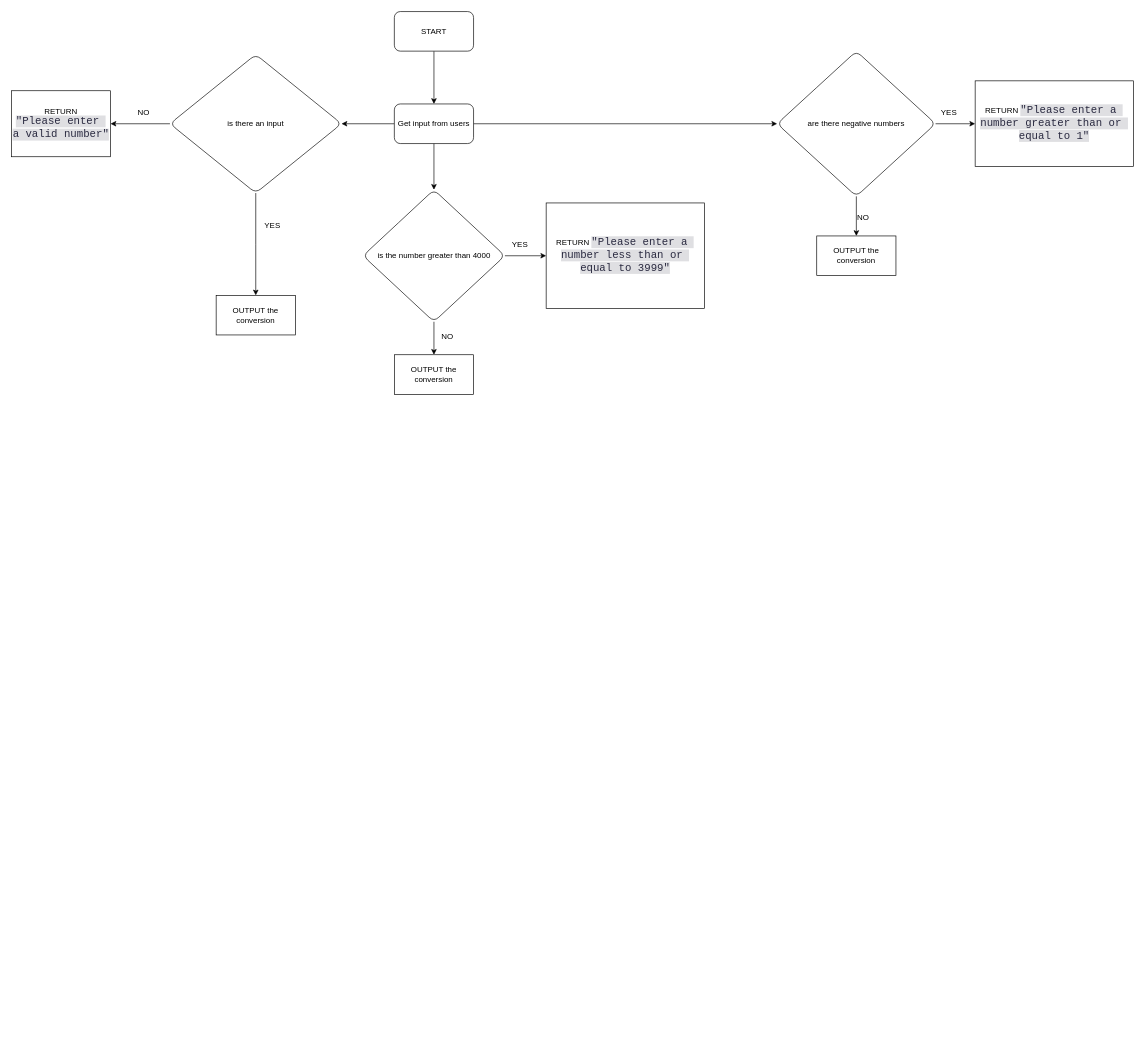
The draw.io diagram page "Page-1" (1 of 2) of RomanNumeral_Conveter.drawio in engineeredu/janice.github.io, before the edit. Source tidied: cells renumbered, new cells numbered last; positions are measured from the earlier drawing's top-left corner, leaving out a move shared by most shapes. Both pictures are drawn from the tidied source at 66%, with x=0, y=0 at pixel (11, 11).
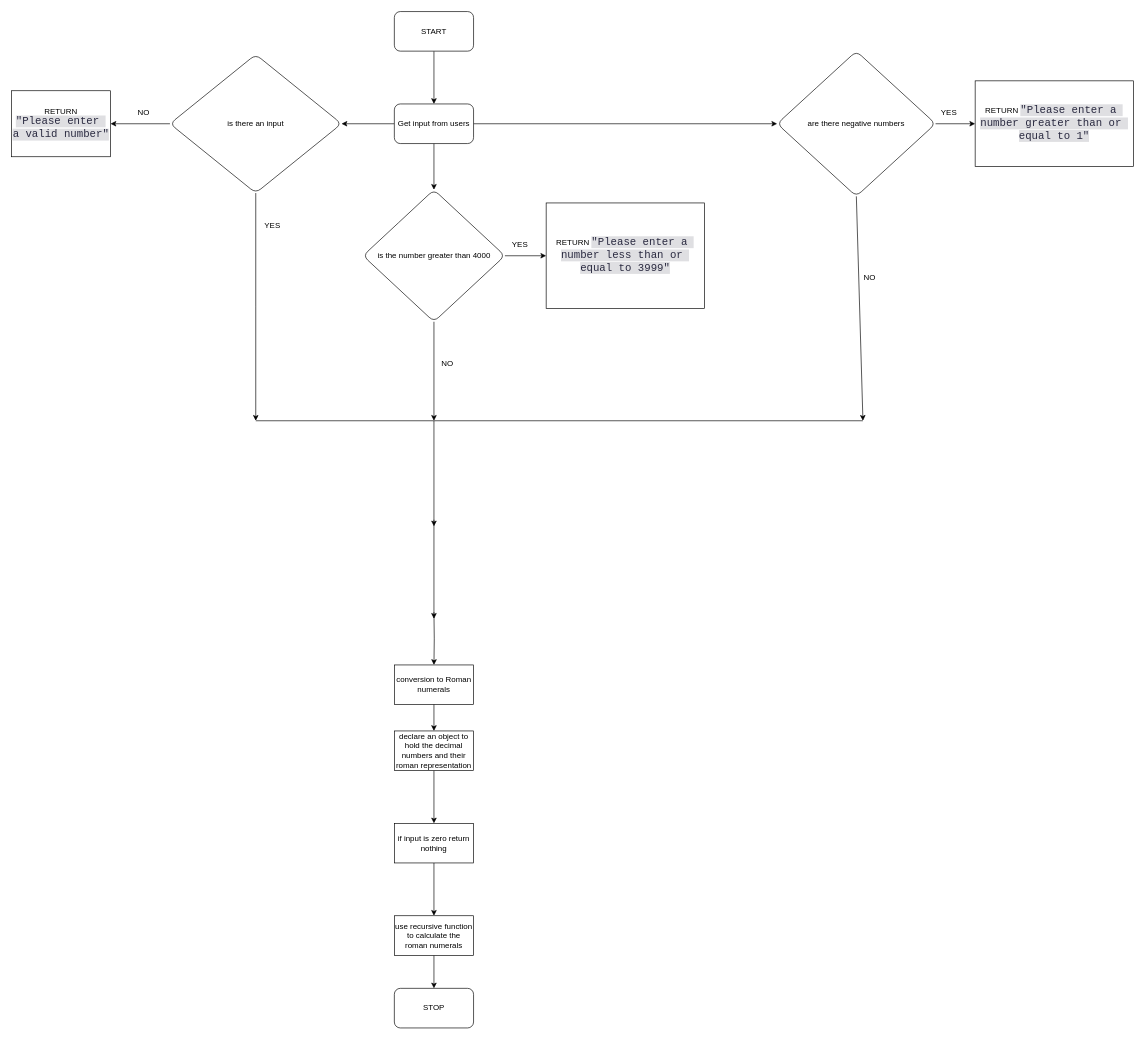
After the change.

Unchanged cells that the change refers to:
```xml
<mxCell id="8" value="is the number greater than 4000" style="rhombus;whiteSpace=wrap;html=1;rounded=1;" parent="1" vertex="1">
  <mxGeometry x="532.5" y="270" width="215" height="200" as="geometry" />
</mxCell>
<mxCell id="9" value="are there negative numbers" style="rhombus;whiteSpace=wrap;html=1;rounded=1;" parent="1" vertex="1">
  <mxGeometry x="1160" y="60" width="240" height="220" as="geometry" />
</mxCell>
<mxCell id="11" value="is there an input" style="rhombus;whiteSpace=wrap;html=1;rounded=1;" parent="1" vertex="1">
  <mxGeometry x="240" y="65" width="260" height="210" as="geometry" />
</mxCell>
```

Diff of the diagram source:
```diff
@@
     <mxCell id="10" style="edgeStyle=orthogonalEdgeStyle;rounded=0;jettySize=auto;html=1;" parent="1" edge="1" source="11">
       <mxGeometry relative="1" as="geometry">
-        <mxPoint x="370" y="430" as="targetPoint" />
+        <mxPoint x="370" y="620" as="targetPoint" />
       </mxGeometry>
     </mxCell>
@@
-    <mxCell id="12" value="OUTPUT the conversion" style="rounded=0;whiteSpace=wrap;html=1;" parent="1" vertex="1">
-      <mxGeometry x="310" y="430" width="120" height="60" as="geometry" />
-    </mxCell>
@@
     <mxCell id="15" style="endArrow=classic;html=1;rounded=0;exitX=0.5;exitY=1;exitDx=0;exitDy=0;" parent="1" edge="1" source="8">
       <mxGeometry relative="1" as="geometry">
-        <mxPoint x="640" y="520" as="targetPoint" />
+        <mxPoint x="640" y="620" as="targetPoint" />
       </mxGeometry>
     </mxCell>
-    <mxCell id="16" value="OUTPUT the conversion" style="rounded=0;whiteSpace=wrap;html=1;" parent="1" vertex="1">
-      <mxGeometry x="580" y="520" width="120" height="60" as="geometry" />
-    </mxCell>
@@
     <mxCell id="19" style="endArrow=classic;html=1;rounded=0;exitX=0.5;exitY=1;exitDx=0;exitDy=0;" parent="1" edge="1" source="9">
       <mxGeometry relative="1" as="geometry">
-        <mxPoint x="1280" y="340" as="targetPoint" />
+        <mxPoint x="1290" y="620" as="targetPoint" />
       </mxGeometry>
     </mxCell>
@@
-    <mxCell id="21" value="OUTPUT the conversion" style="rounded=0;whiteSpace=wrap;html=1;" parent="1" vertex="1">
-      <mxGeometry x="1220" y="340" width="120" height="60" as="geometry" />
-    </mxCell>
@@
-    <mxCell id="25" value="NO" style="text;html=1;align=center;verticalAlign=middle;strokeColor=none;fillColor=none;" parent="1" vertex="1">
-      <mxGeometry x="640" y="478" width="40" height="30" as="geometry" />
-    </mxCell>
@@
-    <mxCell id="28" value="NO" style="text;html=1;align=center;verticalAlign=middle;strokeColor=none;fillColor=none;" parent="1" vertex="1">
-      <mxGeometry x="1270" y="298" width="40" height="30" as="geometry" />
-    </mxCell>
+    <mxCell id="29" style="endArrow=none;html=1;rounded=0;" parent="1" edge="1">
+      <mxGeometry relative="1" as="geometry">
+        <mxPoint x="370" y="620" as="sourcePoint" />
+        <mxPoint x="1290" y="620" as="targetPoint" />
+      </mxGeometry>
+    </mxCell>
+    <mxCell id="30" style="endArrow=classic;html=1;rounded=0;" parent="1" edge="1">
+      <mxGeometry relative="1" as="geometry">
+        <mxPoint x="640" y="620" as="sourcePoint" />
+        <mxPoint x="640" y="780" as="targetPoint" />
+      </mxGeometry>
+    </mxCell>
+    <mxCell id="31" style="edgeStyle=orthogonalEdgeStyle;rounded=0;orthogonalLoop=1;jettySize=auto;html=1;" parent="1" edge="1">
+      <mxGeometry relative="1" as="geometry">
+        <mxPoint x="640" y="770" as="sourcePoint" />
+        <mxPoint x="640" y="920" as="targetPoint" />
+      </mxGeometry>
+    </mxCell>
+    <mxCell id="32" style="edgeStyle=orthogonalEdgeStyle;rounded=0;jettySize=auto;html=1;" parent="1" edge="1" target="33">
+      <mxGeometry relative="1" as="geometry">
+        <mxPoint x="640" y="910" as="sourcePoint" />
+      </mxGeometry>
+    </mxCell>
+    <mxCell id="33" value="conversion to Roman numerals" style="rounded=0;whiteSpace=wrap;html=1;" parent="1" vertex="1">
+      <mxGeometry x="580" y="990" width="120" height="60" as="geometry" />
+    </mxCell>
+    <mxCell id="34" style="endArrow=classic;html=1;rounded=0;exitX=0.5;exitY=1;exitDx=0;exitDy=0;" parent="1" edge="1" source="33">
+      <mxGeometry relative="1" as="geometry">
+        <mxPoint x="640" y="1090" as="targetPoint" />
+      </mxGeometry>
+    </mxCell>
+    <mxCell id="35" style="edgeStyle=orthogonalEdgeStyle;rounded=0;jettySize=auto;html=1;" parent="1" edge="1" source="36" target="38">
+      <mxGeometry relative="1" as="geometry" />
+    </mxCell>
+    <mxCell id="36" value="declare an object to hold the decimal numbers and their roman representation" style="rounded=0;whiteSpace=wrap;html=1;" parent="1" vertex="1">
+      <mxGeometry x="580" y="1090" width="120" height="60" as="geometry" />
+    </mxCell>
+    <mxCell id="37" style="edgeStyle=orthogonalEdgeStyle;rounded=0;jettySize=auto;html=1;" parent="1" edge="1" source="38" target="40">
+      <mxGeometry relative="1" as="geometry" />
+    </mxCell>
+    <mxCell id="38" value="if input is zero return nothing" style="rounded=0;whiteSpace=wrap;html=1;" parent="1" vertex="1">
+      <mxGeometry x="580" y="1230" width="120" height="60" as="geometry" />
+    </mxCell>
+    <mxCell id="39" style="edgeStyle=orthogonalEdgeStyle;rounded=0;jettySize=auto;html=1;" parent="1" edge="1" source="40" target="41">
+      <mxGeometry relative="1" as="geometry" />
+    </mxCell>
+    <mxCell id="40" value="use recursive function to calculate the roman numerals" style="whiteSpace=wrap;html=1;rounded=0;" parent="1" vertex="1">
+      <mxGeometry x="580" y="1370" width="120" height="60" as="geometry" />
+    </mxCell>
+    <mxCell id="41" value="STOP" style="rounded=1;whiteSpace=wrap;html=1;" parent="1" vertex="1">
+      <mxGeometry x="580" y="1480" width="120" height="60" as="geometry" />
+    </mxCell>
+    <mxCell id="42" value="NO" style="text;html=1;align=center;verticalAlign=middle;strokeColor=none;fillColor=none;" parent="1" vertex="1">
+      <mxGeometry x="1280" y="388" width="40" height="30" as="geometry" />
+    </mxCell>
+    <mxCell id="43" value="NO" style="text;html=1;align=center;verticalAlign=middle;strokeColor=none;fillColor=none;" parent="1" vertex="1">
+      <mxGeometry x="640" y="518" width="40" height="30" as="geometry" />
+    </mxCell>
```
